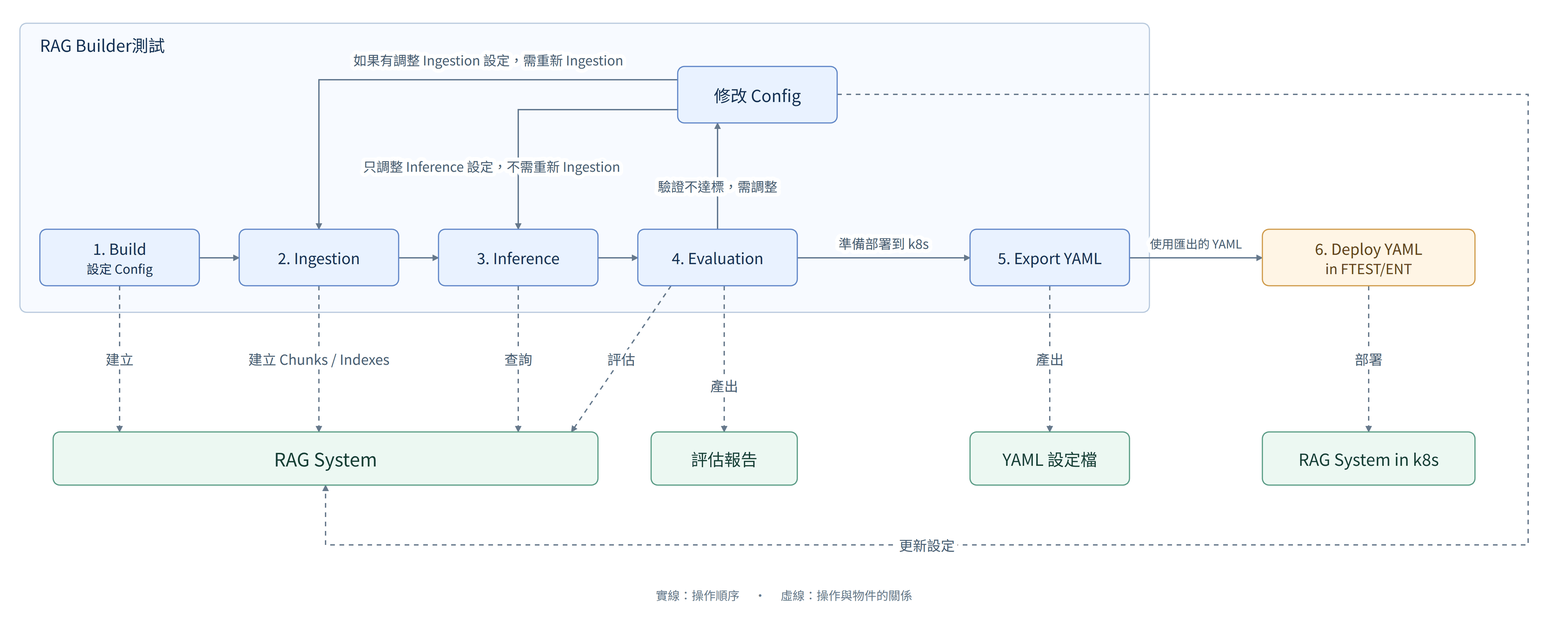
Above: diagrams/01_user_system_l1.png in SunnyWenwen/rag_platform (Mermaid), before the change. Its source is kept beside it as diagrams/01_user_system_l1.mmd.
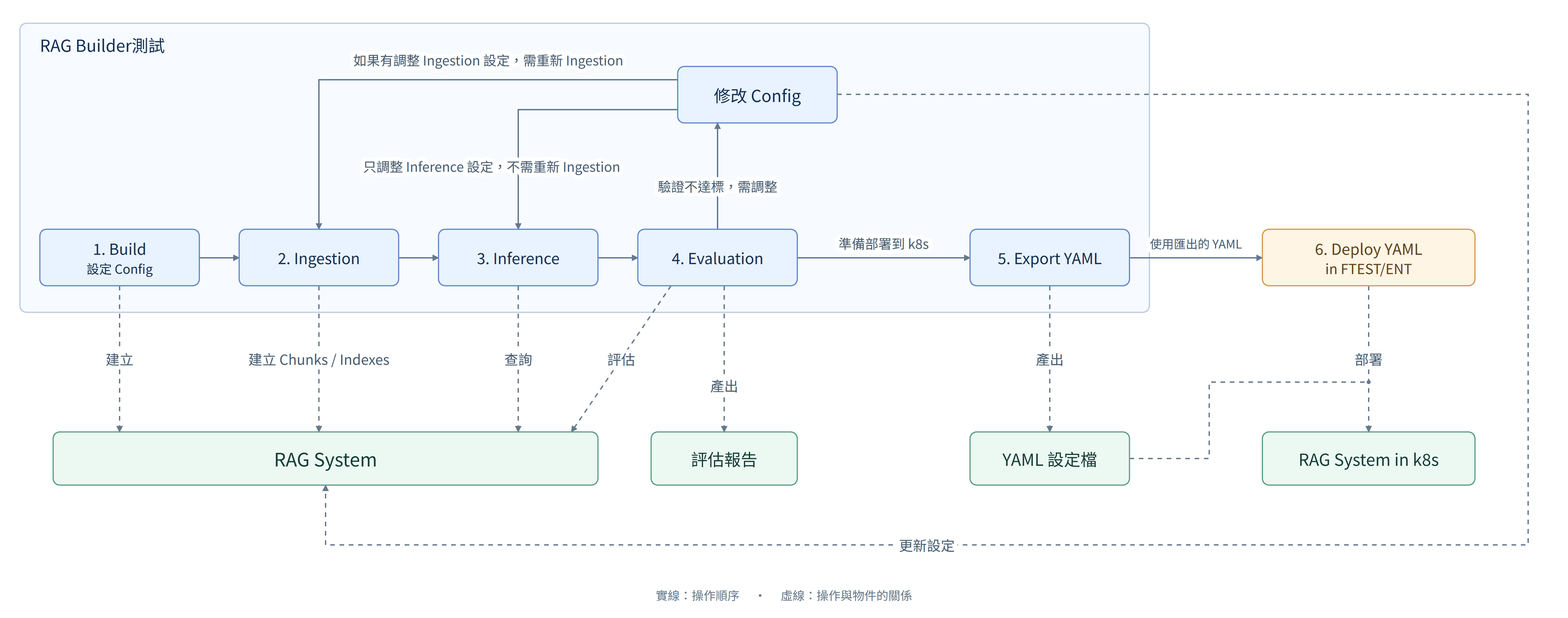
The same file after the commit.

Commit message:
docs: connect YAML artifact to deployed RAG System

Change to the diagram source:
```diff
@@ -28,6 +28,7 @@
 
     E -. 產出 .-> R
     X -. 產出 .-> Y
+    Y -.-> K
 
     classDef user fill:#e9f2ff,stroke:#6086c8,color:#143054
     classDef system fill:#ecf8f2,stroke:#599d85,color:#153f32
```
